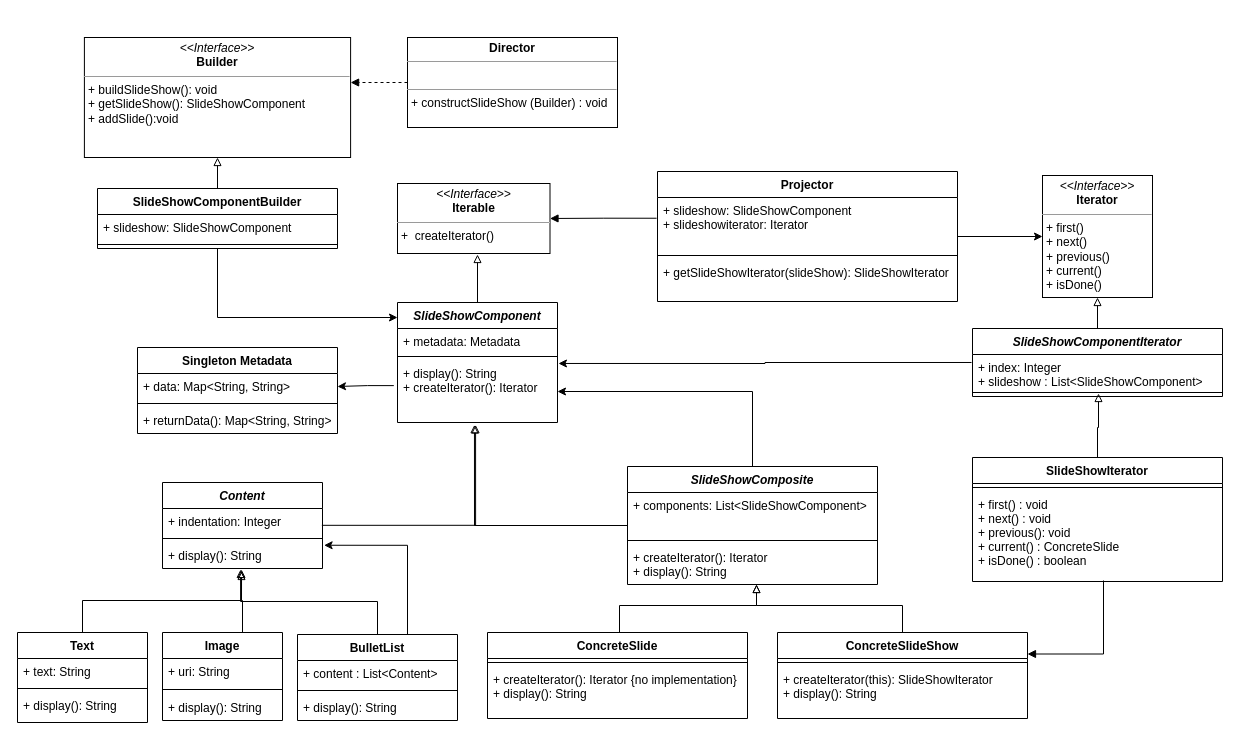
This is Diagrams/DesignModel.drawio from maartendekker1998/OU_jabberpoint, a draw.io file, before an edit. Source tidied: cells renumbered, new cells numbered last; positions are measured from the earlier drawing's top-left corner, leaving out a move shared by most shapes. Both pictures are drawn from the tidied source at 100%, with x=0, y=0 at pixel (17, 37).
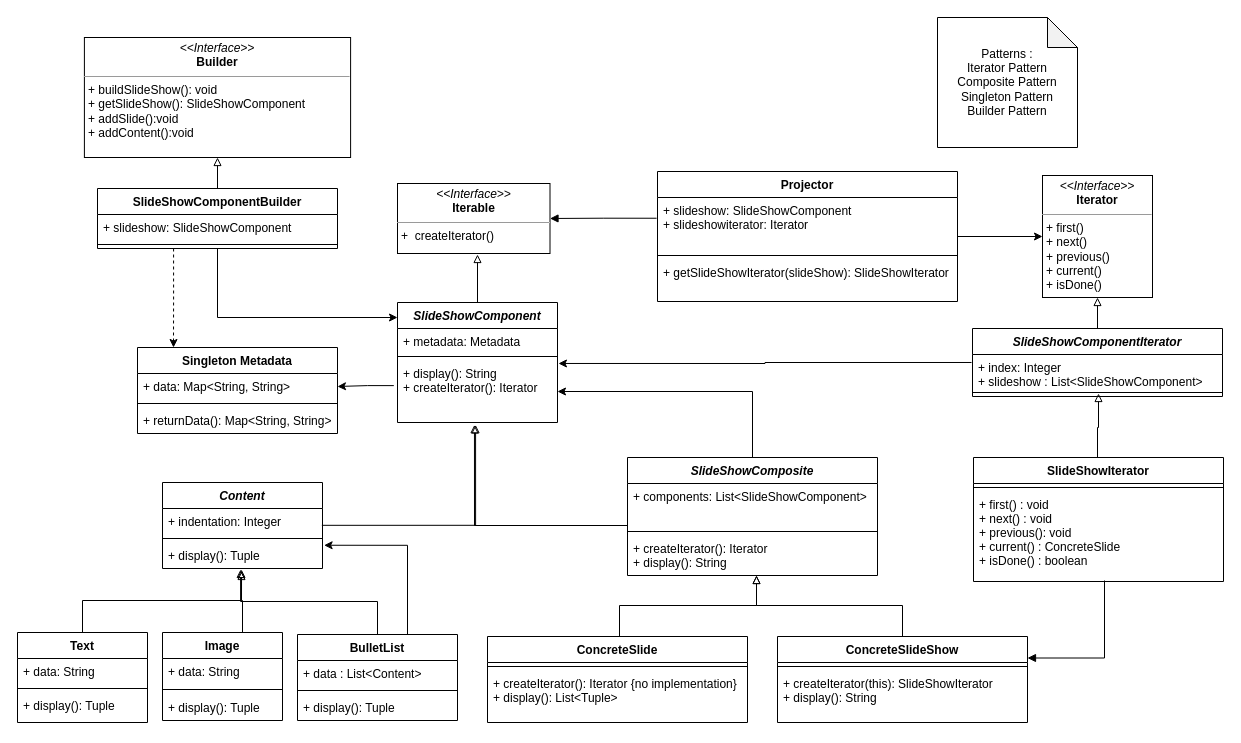
The same diagram, later.

Commit message (it also covers changes not shown here):
improvements on design

The change refers to these unchanged cells:
```xml
<mxCell id="7" value="Singleton Metadata" style="swimlane;fontStyle=1;align=center;verticalAlign=top;horizontal=1;startSize=26;" parent="1" vertex="1">
  <mxGeometry x="120" y="310" width="200" height="86" as="geometry" />
</mxCell>
<mxCell id="18" value="Text" style="swimlane;fontStyle=1;align=center;verticalAlign=top;horizontal=1;startSize=26;" parent="1" vertex="1">
  <mxGeometry y="595" width="130" height="90" as="geometry" />
</mxCell>
<mxCell id="23" value="Image" style="swimlane;fontStyle=1;align=center;verticalAlign=top;horizontal=1;startSize=26;" parent="1" vertex="1">
  <mxGeometry x="145" y="595" width="120" height="88" as="geometry" />
</mxCell>
<mxCell id="29" value="BulletList" style="swimlane;fontStyle=1;align=center;verticalAlign=top;horizontal=1;startSize=26;" parent="1" vertex="1">
  <mxGeometry x="280" y="597" width="160" height="86" as="geometry" />
</mxCell>
<mxCell id="34" value="Content" style="swimlane;fontStyle=3;align=center;verticalAlign=top;horizontal=1;startSize=26;" parent="1" vertex="1">
  <mxGeometry x="145" y="445" width="160" height="86" as="geometry" />
</mxCell>
<mxCell id="53" style="line;strokeWidth=1;fillColor=none;align=left;verticalAlign=middle;spacingTop=-1;spacingLeft=3;spacingRight=3;labelPosition=right;points=[];portConstraint=eastwest;strokeColor=inherit;" parent="51" vertex="1">
  <mxGeometry y="60" width="250" height="8" as="geometry" />
</mxCell>
<mxCell id="63" style="line;strokeWidth=1;fillColor=none;align=left;verticalAlign=middle;spacingTop=-1;spacingLeft=3;spacingRight=3;labelPosition=right;points=[];portConstraint=eastwest;strokeColor=inherit;" parent="61" vertex="1">
  <mxGeometry y="52" width="240" height="8" as="geometry" />
</mxCell>
```

The edit, as a diff of the source:
```diff
@@
     <mxCell id="13" value="SlideShowComposite" style="swimlane;fontStyle=3;align=center;verticalAlign=top;horizontal=1;startSize=26;" parent="1" vertex="1">
-      <mxGeometry x="610" y="429" width="250" height="118" as="geometry" />
+      <mxGeometry x="610" y="420" width="250" height="118" as="geometry" />
     </mxCell>
@@
-    <mxCell id="19" value="+ text: String" style="text;strokeColor=none;fillColor=none;align=left;verticalAlign=top;spacingLeft=4;spacingRight=4;overflow=hidden;" parent="18" vertex="1">
+    <mxCell id="19" value="+ data: String" style="text;strokeColor=none;fillColor=none;align=left;verticalAlign=top;spacingLeft=4;spacingRight=4;overflow=hidden;" parent="18" vertex="1">
       <mxGeometry y="26" width="130" height="26" as="geometry" />
     </mxCell>
@@
-    <mxCell id="21" value="+ display(): String" style="text;strokeColor=none;fillColor=none;align=left;verticalAlign=top;spacingLeft=4;spacingRight=4;overflow=hidden;" parent="18" vertex="1">
+    <mxCell id="21" value="+ display(): Tuple" style="text;strokeColor=none;fillColor=none;align=left;verticalAlign=top;spacingLeft=4;spacingRight=4;overflow=hidden;" parent="18" vertex="1">
       <mxGeometry y="60" width="130" height="30" as="geometry" />
     </mxCell>
@@
-    <mxCell id="24" value="+ uri: String" style="text;strokeColor=none;fillColor=none;align=left;verticalAlign=top;spacingLeft=4;spacingRight=4;overflow=hidden;" parent="23" vertex="1">
+    <mxCell id="24" value="+ data: String" style="text;strokeColor=none;fillColor=none;align=left;verticalAlign=top;spacingLeft=4;spacingRight=4;overflow=hidden;" parent="23" vertex="1">
       <mxGeometry y="26" width="120" height="26" as="geometry" />
     </mxCell>
@@
-    <mxCell id="26" value="+ display(): String&#10;" style="text;strokeColor=none;fillColor=none;align=left;verticalAlign=top;spacingLeft=4;spacingRight=4;overflow=hidden;" parent="23" vertex="1">
+    <mxCell id="26" value="+ display(): Tuple&#10;" style="text;strokeColor=none;fillColor=none;align=left;verticalAlign=top;spacingLeft=4;spacingRight=4;overflow=hidden;" parent="23" vertex="1">
       <mxGeometry y="62" width="120" height="26" as="geometry" />
     </mxCell>
@@
-    <mxCell id="30" value="+ content : List&lt;Content&gt;" style="text;strokeColor=none;fillColor=none;align=left;verticalAlign=top;spacingLeft=4;spacingRight=4;overflow=hidden;" parent="29" vertex="1">
+    <mxCell id="30" value="+ data : List&lt;Content&gt;" style="text;strokeColor=none;fillColor=none;align=left;verticalAlign=top;spacingLeft=4;spacingRight=4;overflow=hidden;" parent="29" vertex="1">
       <mxGeometry y="26" width="160" height="26" as="geometry" />
     </mxCell>
@@
-    <mxCell id="32" value="+ display(): String" style="text;strokeColor=none;fillColor=none;align=left;verticalAlign=top;spacingLeft=4;spacingRight=4;overflow=hidden;" parent="29" vertex="1">
+    <mxCell id="32" value="+ display(): Tuple" style="text;strokeColor=none;fillColor=none;align=left;verticalAlign=top;spacingLeft=4;spacingRight=4;overflow=hidden;" parent="29" vertex="1">
       <mxGeometry y="60" width="160" height="26" as="geometry" />
     </mxCell>
@@
-    <mxCell id="37" value="+ display(): String" style="text;strokeColor=none;fillColor=none;align=left;verticalAlign=top;spacingLeft=4;spacingRight=4;overflow=hidden;points=[[0,0.5],[1,0.5]];portConstraint=eastwest;" parent="34" vertex="1">
+    <mxCell id="37" value="+ display(): Tuple" style="text;strokeColor=none;fillColor=none;align=left;verticalAlign=top;spacingLeft=4;spacingRight=4;overflow=hidden;points=[[0,0.5],[1,0.5]];portConstraint=eastwest;" parent="34" vertex="1">
       <mxGeometry y="60" width="160" height="26" as="geometry" />
     </mxCell>
@@
     <mxCell id="39" value="ConcreteSlide" style="swimlane;fontStyle=1;align=center;verticalAlign=top;horizontal=1;startSize=26;" parent="1" vertex="1">
-      <mxGeometry x="470" y="595" width="260" height="86" as="geometry" />
+      <mxGeometry x="470" y="599" width="260" height="86" as="geometry" />
     </mxCell>
@@
-    <mxCell id="41" value="+ createIterator(): Iterator {no implementation}&#10;+ display(): String" style="text;strokeColor=none;fillColor=none;align=left;verticalAlign=top;spacingLeft=4;spacingRight=4;overflow=hidden;" parent="39" vertex="1">
+    <mxCell id="41" value="+ createIterator(): Iterator {no implementation}&#10;+ display(): List&lt;Tuple&gt;" style="text;strokeColor=none;fillColor=none;align=left;verticalAlign=top;spacingLeft=4;spacingRight=4;overflow=hidden;" parent="39" vertex="1">
       <mxGeometry y="34" width="260" height="52" as="geometry" />
     </mxCell>
@@
     <mxCell id="55" value="ConcreteSlideShow" style="swimlane;fontStyle=1;align=center;verticalAlign=top;horizontal=1;startSize=26;" parent="1" vertex="1">
-      <mxGeometry x="760" y="595" width="250" height="86" as="geometry" />
+      <mxGeometry x="760" y="599" width="250" height="86" as="geometry" />
     </mxCell>
@@
-    <mxCell id="59" value="&lt;p style=&quot;margin:0px;margin-top:4px;text-align:center;&quot;&gt;&lt;i&gt;&amp;lt;&amp;lt;Interface&amp;gt;&amp;gt;&lt;/i&gt;&lt;br&gt;&lt;b&gt;Builder&lt;/b&gt;&lt;/p&gt;&lt;hr size=&quot;1&quot;&gt;&lt;p style=&quot;margin:0px;margin-left:4px;&quot;&gt;+ buildSlideShow(): void&lt;br style=&quot;padding: 0px; margin: 0px;&quot;&gt;+ getSlideShow(): SlideShowComponent&lt;br&gt;&lt;/p&gt;&lt;p style=&quot;margin:0px;margin-left:4px;&quot;&gt;&lt;span style=&quot;background-color: initial;&quot;&gt;+ addSlide():void&lt;/span&gt;&lt;br&gt;&lt;/p&gt;&lt;p style=&quot;margin:0px;margin-left:4px;&quot;&gt;&lt;br&gt;&lt;/p&gt;" style="verticalAlign=top;align=left;overflow=fill;fontSize=12;fontFamily=Helvetica;html=1;" parent="1" vertex="1">
+    <mxCell id="59" value="&lt;p style=&quot;margin:0px;margin-top:4px;text-align:center;&quot;&gt;&lt;i&gt;&amp;lt;&amp;lt;Interface&amp;gt;&amp;gt;&lt;/i&gt;&lt;br&gt;&lt;b&gt;Builder&lt;/b&gt;&lt;/p&gt;&lt;hr size=&quot;1&quot;&gt;&lt;p style=&quot;margin:0px;margin-left:4px;&quot;&gt;+ buildSlideShow(): void&lt;br style=&quot;padding: 0px; margin: 0px;&quot;&gt;+ getSlideShow(): SlideShowComponent&lt;br&gt;&lt;/p&gt;&lt;p style=&quot;margin:0px;margin-left:4px;&quot;&gt;&lt;span style=&quot;background-color: initial;&quot;&gt;+ addSlide():void&lt;/span&gt;&lt;br&gt;&lt;/p&gt;&lt;p style=&quot;margin:0px;margin-left:4px;&quot;&gt;&lt;span style=&quot;background-color: initial;&quot;&gt;+ addContent():void&lt;/span&gt;&lt;/p&gt;&lt;p style=&quot;margin:0px;margin-left:4px;&quot;&gt;&lt;br&gt;&lt;/p&gt;" style="verticalAlign=top;align=left;overflow=fill;fontSize=12;fontFamily=Helvetica;html=1;" parent="1" vertex="1">
       <mxGeometry x="66.9" width="266.2" height="120" as="geometry" />
     </mxCell>
@@
+    <mxCell id="73" style="edgeStyle=orthogonalEdgeStyle;rounded=0;jettySize=auto;html=1;entryX=0.18;entryY=0;entryDx=0;entryDy=0;entryPerimeter=0;exitX=0.317;exitY=1;exitDx=0;exitDy=0;exitPerimeter=0;dashed=1;" parent="1" edge="1" source="63" target="7">
+      <mxGeometry relative="1" as="geometry" />
+    </mxCell>
@@
     <mxCell id="65" style="edgeStyle=orthogonalEdgeStyle;rounded=0;jettySize=auto;html=1;entryX=0.504;entryY=0.625;entryDx=0;entryDy=0;entryPerimeter=0;endArrow=block;endFill=0;exitX=0.5;exitY=0;exitDx=0;exitDy=0;" parent="1" edge="1" source="66" target="53">
       <mxGeometry relative="1" as="geometry">
         <Array as="points">
+          <mxPoint x="1080" y="420" />
           <mxPoint x="1080" y="390" />
           <mxPoint x="1081" y="390" />
         </Array>
       </mxGeometry>
     </mxCell>
     <mxCell id="66" value="SlideShowIterator" style="swimlane;fontStyle=1;align=center;verticalAlign=top;horizontal=1;startSize=26;" parent="1" vertex="1">
-      <mxGeometry x="955" y="420" width="250" height="124" as="geometry" />
+      <mxGeometry x="956" y="420" width="250" height="124" as="geometry" />
     </mxCell>
@@
-    <mxCell id="71" style="edgeStyle=orthogonalEdgeStyle;rounded=0;jettySize=auto;html=1;entryX=1;entryY=0.375;entryDx=0;entryDy=0;entryPerimeter=0;dashed=1;endArrow=block;endFill=1;" parent="1" edge="1" source="72" target="59">
-      <mxGeometry relative="1" as="geometry" />
-    </mxCell>
-    <mxCell id="72" value="&lt;p style=&quot;margin:0px;margin-top:4px;text-align:center;&quot;&gt;&lt;b&gt;Director&lt;/b&gt;&lt;/p&gt;&lt;hr size=&quot;1&quot;&gt;&lt;p style=&quot;margin:0px;margin-left:4px;&quot;&gt;&lt;br&gt;&lt;/p&gt;&lt;hr size=&quot;1&quot;&gt;&lt;p style=&quot;margin:0px;margin-left:4px;&quot;&gt;+ constructSlideShow (Builder) : void&lt;/p&gt;&lt;p style=&quot;margin:0px;margin-left:4px;&quot;&gt;&lt;br&gt;&lt;/p&gt;" style="verticalAlign=top;align=left;overflow=fill;fontSize=12;fontFamily=Helvetica;html=1;" parent="1" vertex="1">
-      <mxGeometry x="390" width="210" height="90" as="geometry" />
-    </mxCell>
+    <mxCell id="74" value="Patterns :&lt;br&gt;Iterator Pattern&lt;br&gt;Composite Pattern&lt;br&gt;Singleton Pattern&lt;br&gt;Builder Pattern" style="shape=note;whiteSpace=wrap;html=1;backgroundOutline=1;darkOpacity=0.05;" parent="1" vertex="1">
+      <mxGeometry x="920" y="-20" width="140" height="130" as="geometry" />
+    </mxCell>
```
